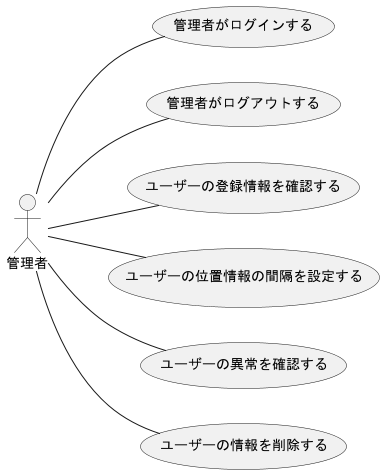
Before: out/F_usecase_admin/管理者.png, a diagram exported from PlantUML (ksw2270227/GroupF).
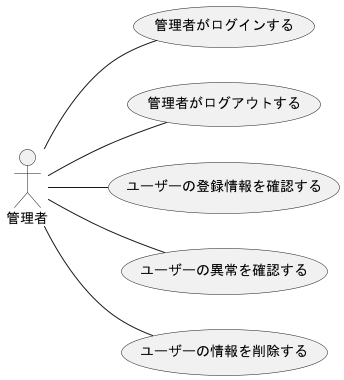
Later version of the same file.

Diff of the diagram source:
```diff
@@ -5,7 +5,6 @@
 管理者 -- (管理者がログインする)
 管理者 -- (管理者がログアウトする)
 管理者 -- (ユーザーの登録情報を確認する)
-管理者 -- (ユーザーの位置情報の間隔を設定する)
 管理者 -- (ユーザーの異常を確認する)
 管理者 -- (ユーザーの情報を削除する)
 
```
